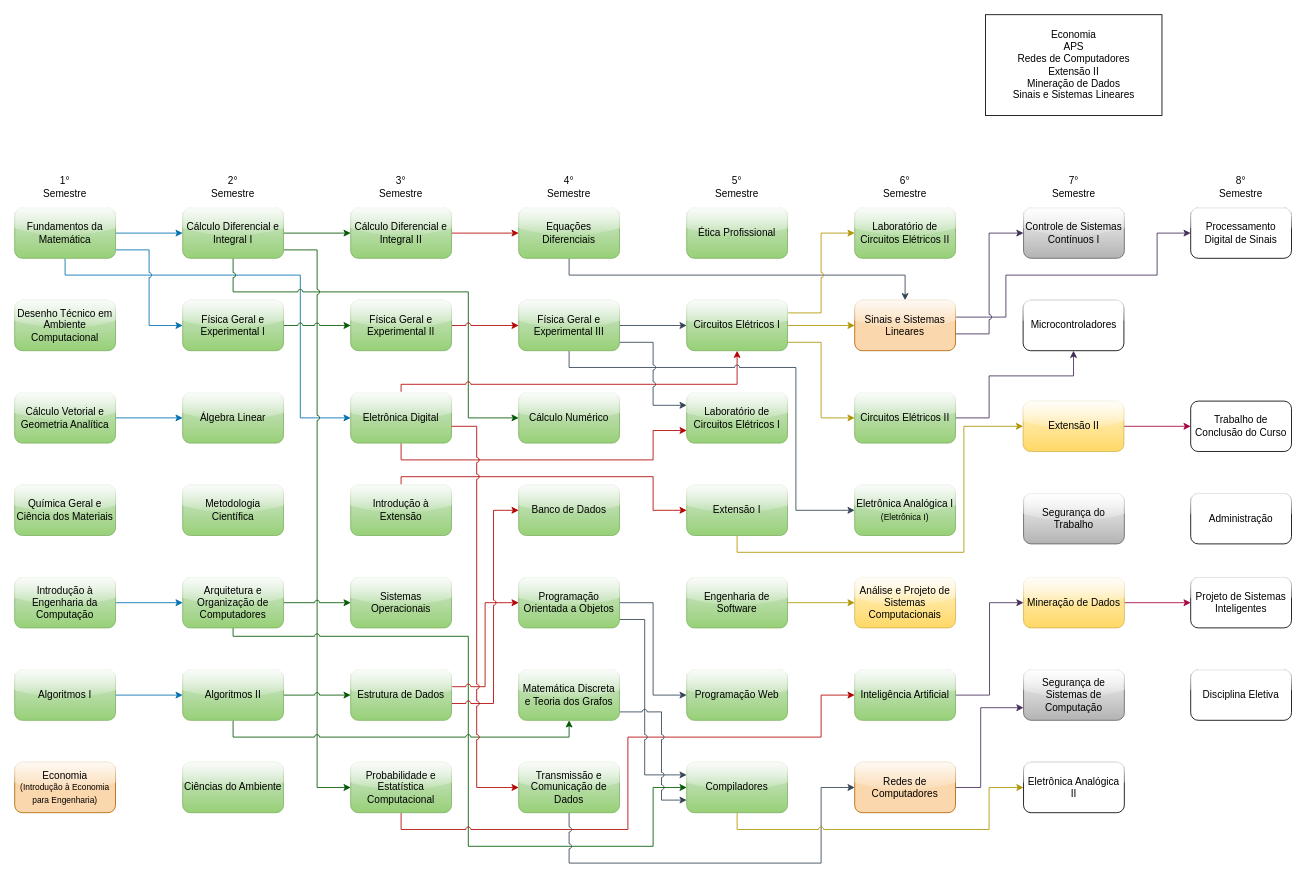
mateus-s-a/IFMT_Eng_Computacao keeps this draw.io diagram as fluxograma-disciplinas.drawio. Above is the earlier version. Source tidied: cells renumbered, new cells numbered last; positions are measured from the earlier drawing's top-left corner, leaving out a move shared by most shapes. Both pictures are drawn from the tidied source at 84%, with x=0, y=0 at pixel (14, 14).
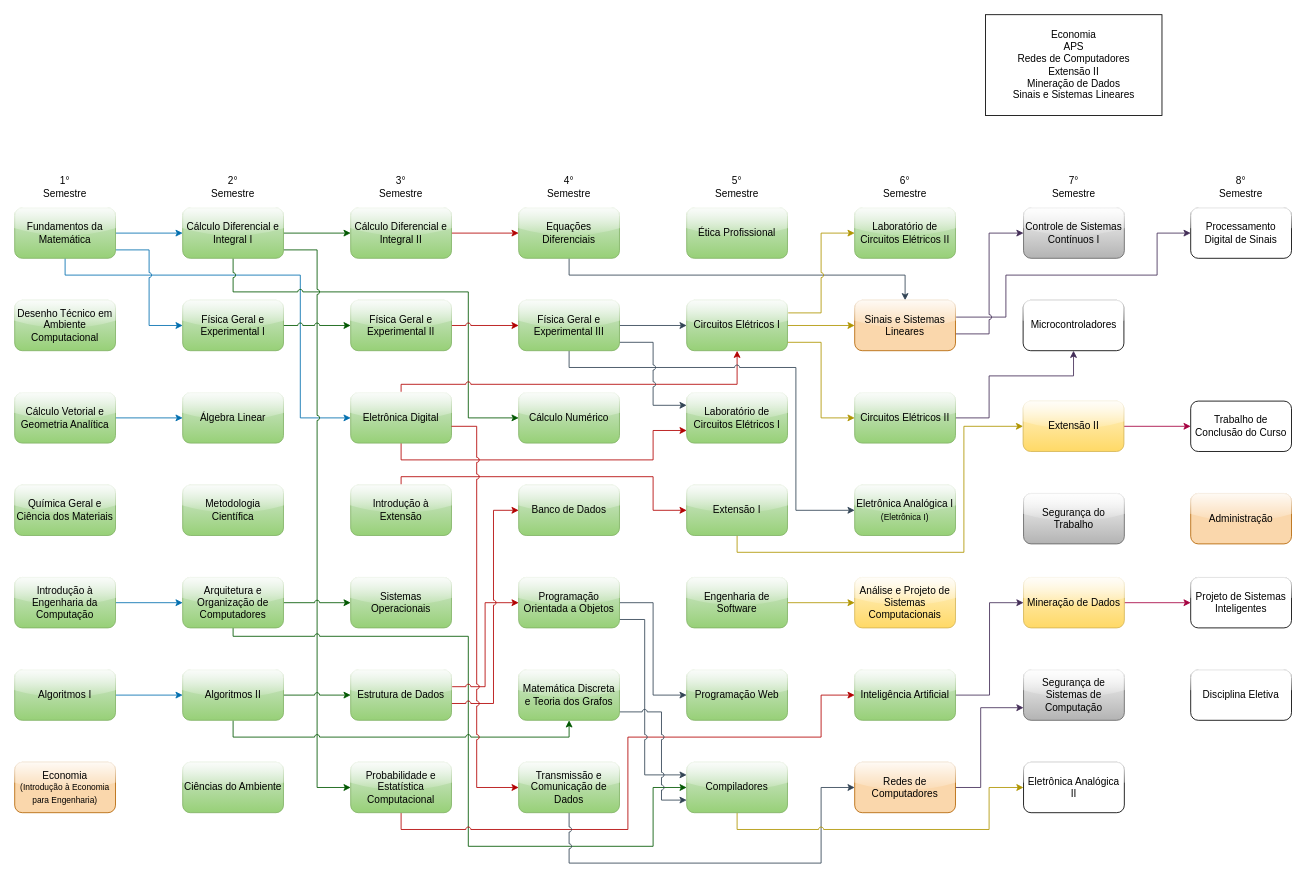
The same diagram, later.

The change refers to these unchanged cells:
```xml
<mxCell id="109" style="group;" parent="1" vertex="1">
  <mxGeometry x="1400" y="230" width="120" height="610" as="geometry" />
</mxCell>
```

The edit, as a diff of the source:
```diff
@@
-    <mxCell id="112" value="Administração" style="rounded=1;whiteSpace=wrap;html=1;glass=1;" parent="109" vertex="1">
+    <mxCell id="112" value="Administração" style="rounded=1;whiteSpace=wrap;html=1;glass=1;fillColor=#fad7ac;strokeColor=#b46504;" parent="109" vertex="1">
       <mxGeometry y="340" width="120" height="60" as="geometry" />
     </mxCell>
```
